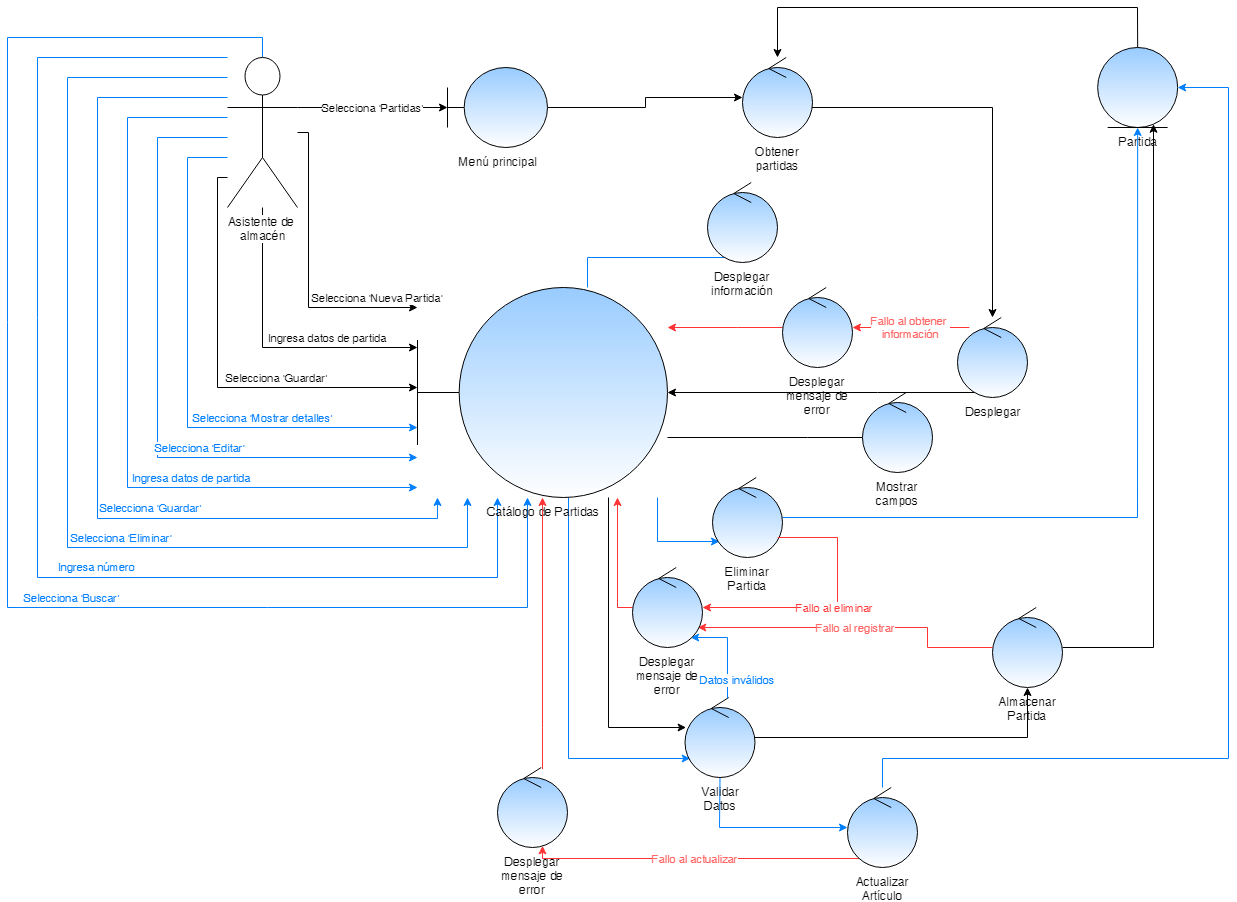
Earlier version of the draw.io export documentacion/Diagramas de robustez/CU-07.png (ipe-ver/sipever). Source tidied: cells renumbered, new cells last; positions are measured from the earlier drawing's top-left corner, leaving out a move shared by most shapes.
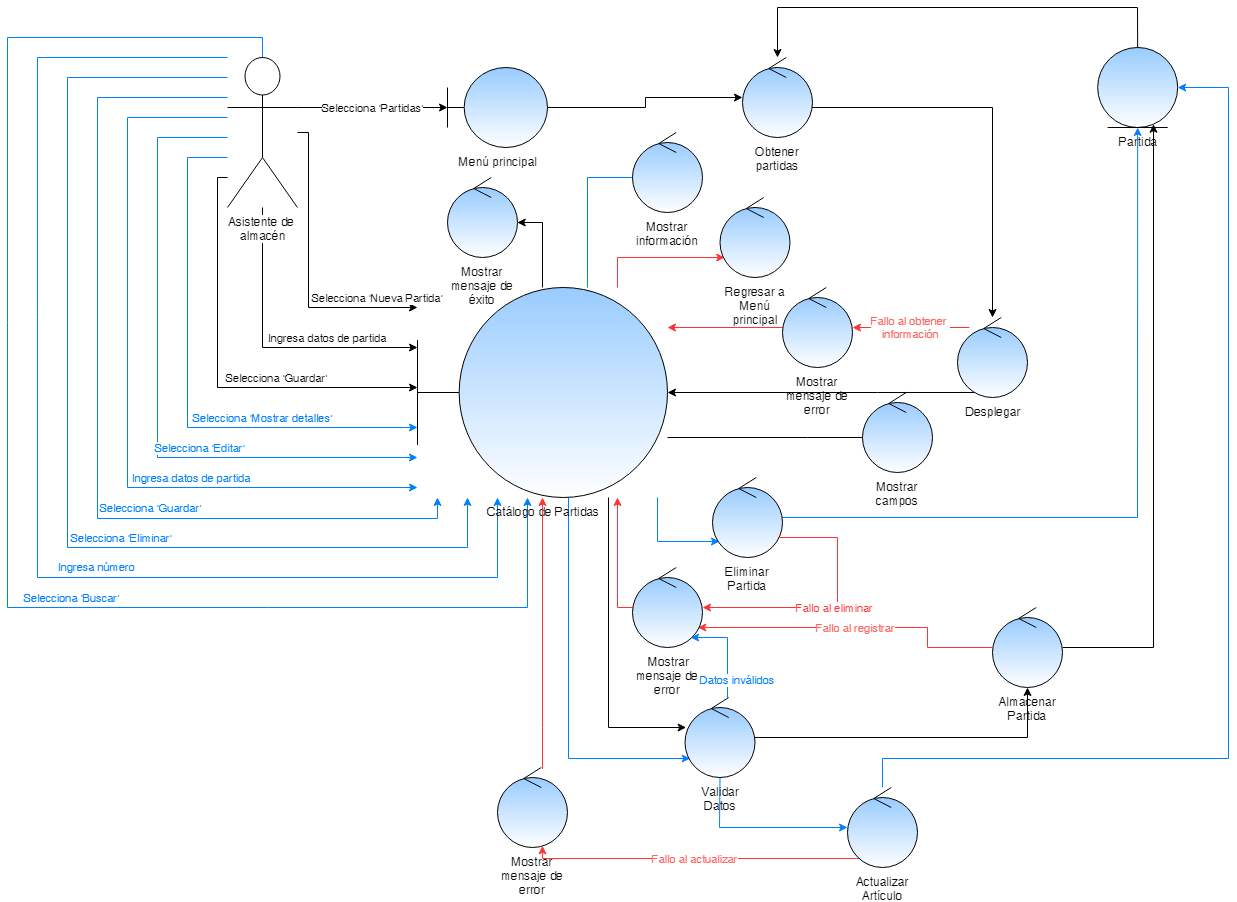
The same file after the commit.

Diff of the diagram source:
```diff
@@ -141,7 +141,7 @@
     <mxCell id="21" style="edgeStyle=orthogonalEdgeStyle;rounded=0;jettySize=auto;html=1;fillColor=#dae8fc;strokeColor=#007FFF;endArrow=none;endFill=0;" parent="1" edge="1" source="24" target="34">
       <mxGeometry y="10" relative="1" as="geometry">
         <Array as="points">
-          <mxPoint x="580" y="250" />
+          <mxPoint x="580" y="170" />
         </Array>
       </mxGeometry>
     </mxCell>
@@ -159,6 +159,20 @@
         </Array>
       </mxGeometry>
     </mxCell>
+    <mxCell id="50" style="edgeStyle=orthogonalEdgeStyle;rounded=0;jettySize=auto;html=1;strokeColor=#000000;" parent="1" edge="1" source="24" target="52">
+      <mxGeometry relative="1" as="geometry">
+        <Array as="points">
+          <mxPoint x="535" y="215" />
+        </Array>
+      </mxGeometry>
+    </mxCell>
+    <mxCell id="51" style="edgeStyle=orthogonalEdgeStyle;rounded=0;jettySize=auto;html=1;strokeColor=#FF3333;" parent="1" edge="1" source="24" target="53">
+      <mxGeometry relative="1" as="geometry">
+        <Array as="points">
+          <mxPoint x="610" y="250" />
+        </Array>
+      </mxGeometry>
+    </mxCell>
     <mxCell id="24" value="Catálogo de Partidas" style="shape=umlBoundary;whiteSpace=wrap;html=1;fillColor=#99CCFF;strokeColor=#000000;labelPosition=center;verticalLabelPosition=bottom;align=center;verticalAlign=top;gradientColor=#ffffff;" parent="1" vertex="1">
       <mxGeometry x="410" y="280" width="250" height="210" as="geometry" />
     </mxCell>
@@ -201,8 +215,8 @@
     <mxCell id="33" value="Obtener partidas" style="ellipse;shape=umlControl;whiteSpace=wrap;html=1;fillColor=#99CCFF;strokeColor=#000000;labelPosition=center;verticalLabelPosition=bottom;align=center;verticalAlign=top;gradientColor=#ffffff;" parent="1" vertex="1">
       <mxGeometry x="735" y="50" width="70" height="80" as="geometry" />
     </mxCell>
-    <mxCell id="34" value="Desplegar información" style="ellipse;shape=umlControl;whiteSpace=wrap;html=1;fillColor=#99CCFF;strokeColor=#000000;labelPosition=center;verticalLabelPosition=bottom;align=center;verticalAlign=top;gradientColor=#ffffff;" parent="1" vertex="1">
-      <mxGeometry x="700" y="175" width="70" height="80" as="geometry" />
+    <mxCell id="34" value="Mostrar información" style="ellipse;shape=umlControl;whiteSpace=wrap;html=1;fillColor=#99CCFF;strokeColor=#000000;labelPosition=center;verticalLabelPosition=bottom;align=center;verticalAlign=top;gradientColor=#ffffff;" parent="1" vertex="1">
+      <mxGeometry x="625" y="125" width="70" height="80" as="geometry" />
     </mxCell>
     <mxCell id="35" style="edgeStyle=orthogonalEdgeStyle;rounded=0;jettySize=auto;html=1;strokeColor=#007FFF;" parent="1" edge="1" source="39" target="32">
       <mxGeometry relative="1" as="geometry">
@@ -238,7 +252,7 @@
         </Array>
       </mxGeometry>
     </mxCell>
-    <mxCell id="41" value="Desplegar mensaje de error" style="ellipse;shape=umlControl;whiteSpace=wrap;html=1;strokeColor=#000000;fillColor=#99CCFF;gradientColor=#ffffff;labelPosition=center;verticalLabelPosition=bottom;align=center;verticalAlign=top;" parent="1" vertex="1">
+    <mxCell id="41" value="Mostrar mensaje de error" style="ellipse;shape=umlControl;whiteSpace=wrap;html=1;strokeColor=#000000;fillColor=#99CCFF;gradientColor=#ffffff;labelPosition=center;verticalLabelPosition=bottom;align=center;verticalAlign=top;" parent="1" vertex="1">
       <mxGeometry x="490" y="760" width="70" height="80" as="geometry" />
     </mxCell>
     <mxCell id="42" value="&lt;font color=&quot;#007fff&quot;&gt;Datos inválidos&lt;/font&gt;" style="edgeStyle=orthogonalEdgeStyle;rounded=0;jettySize=auto;html=1;strokeColor=#007FFF;" parent="1" edge="1" source="28" target="46">
@@ -272,7 +286,7 @@
         </Array>
       </mxGeometry>
     </mxCell>
-    <mxCell id="46" value="Desplegar mensaje de error" style="ellipse;shape=umlControl;whiteSpace=wrap;html=1;strokeColor=#000000;fillColor=#99CCFF;gradientColor=#ffffff;labelPosition=center;verticalLabelPosition=bottom;align=center;verticalAlign=top;" parent="1" vertex="1">
+    <mxCell id="46" value="&amp;nbsp;Mostrar mensaje de error" style="ellipse;shape=umlControl;whiteSpace=wrap;html=1;strokeColor=#000000;fillColor=#99CCFF;gradientColor=#ffffff;labelPosition=center;verticalLabelPosition=bottom;align=center;verticalAlign=top;" parent="1" vertex="1">
       <mxGeometry x="625" y="560" width="70" height="80" as="geometry" />
     </mxCell>
     <mxCell id="47" style="edgeStyle=orthogonalEdgeStyle;rounded=0;jettySize=auto;html=1;endArrow=classic;endFill=1;strokeColor=#FF3333;" parent="1" edge="1" source="48" target="24">
@@ -283,7 +297,7 @@
         </Array>
       </mxGeometry>
     </mxCell>
-    <mxCell id="48" value="Desplegar mensaje de error" style="ellipse;shape=umlControl;whiteSpace=wrap;html=1;strokeColor=#000000;fillColor=#99CCFF;gradientColor=#ffffff;labelPosition=center;verticalLabelPosition=bottom;align=center;verticalAlign=top;" parent="1" vertex="1">
+    <mxCell id="48" value="Mostrar mensaje de error" style="ellipse;shape=umlControl;whiteSpace=wrap;html=1;strokeColor=#000000;fillColor=#99CCFF;gradientColor=#ffffff;labelPosition=center;verticalLabelPosition=bottom;align=center;verticalAlign=top;" parent="1" vertex="1">
       <mxGeometry x="775" y="280" width="70" height="80" as="geometry" />
     </mxCell>
     <mxCell id="49" value="Fallo al obtener&amp;nbsp;&lt;br&gt;información" style="edgeStyle=orthogonalEdgeStyle;rounded=0;jettySize=auto;html=1;strokeColor=#FF3333;fontColor=#FF6666;" parent="1" edge="1" source="18" target="48">
@@ -294,5 +308,11 @@
         </Array>
       </mxGeometry>
     </mxCell>
+    <mxCell id="52" value="Mostrar mensaje de éxito" style="ellipse;shape=umlControl;whiteSpace=wrap;html=1;fillColor=#99CCFF;strokeColor=#000000;labelPosition=center;verticalLabelPosition=bottom;align=center;verticalAlign=top;gradientColor=#ffffff;" parent="1" vertex="1">
+      <mxGeometry x="440" y="170" width="70" height="80" as="geometry" />
+    </mxCell>
+    <mxCell id="53" value="Regresar a Menú principal" style="ellipse;shape=umlControl;whiteSpace=wrap;html=1;fillColor=#99CCFF;strokeColor=#000000;labelPosition=center;verticalLabelPosition=bottom;align=center;verticalAlign=top;gradientColor=#ffffff;" parent="1" vertex="1">
+      <mxGeometry x="712.5" y="190" width="70" height="80" as="geometry" />
+    </mxCell>
   </root>
 </mxGraphModel>
```
